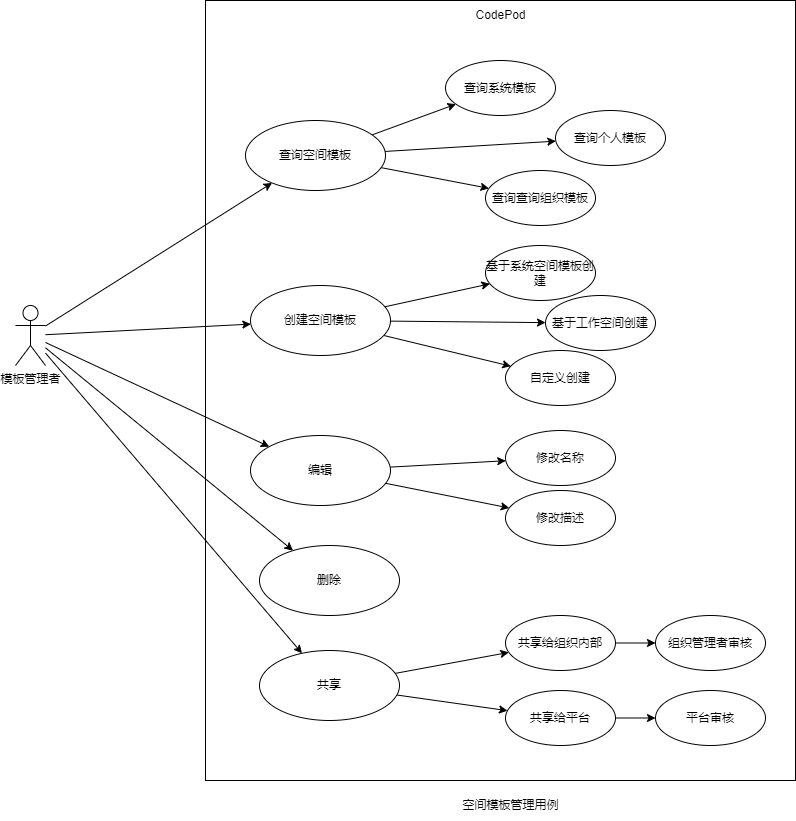
Above: business/_media/use_case/空间模板.png in codepodspace/docs (draw.io), before the change. Source tidied: cells renumbered, new cells last; positions are measured from the earlier drawing's top-left corner, leaving out a move shared by most shapes.
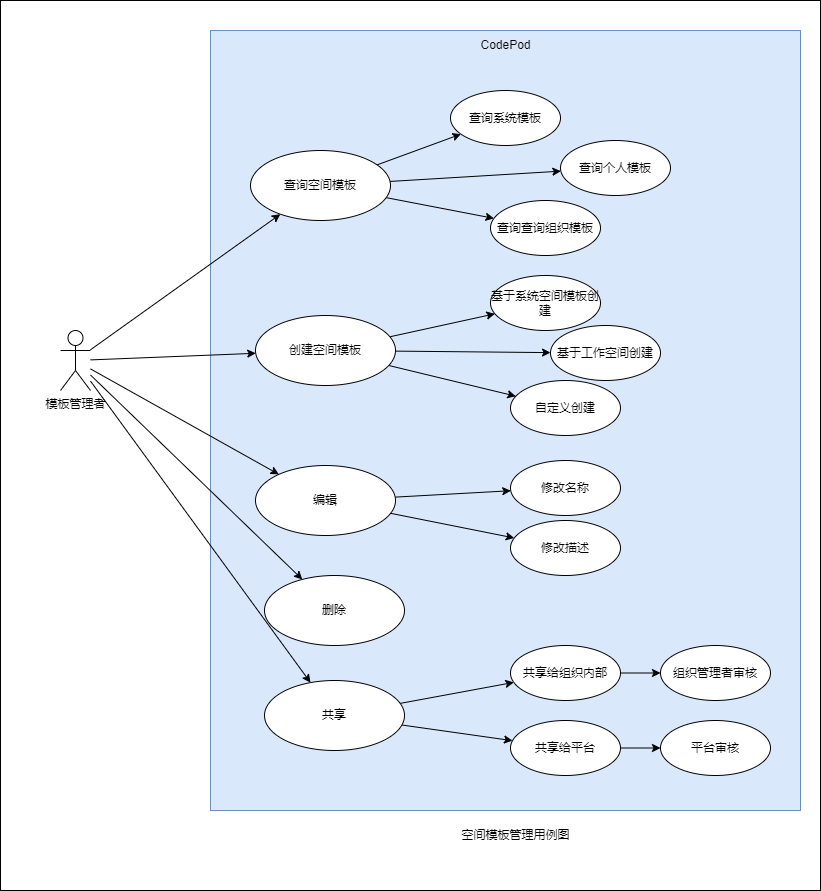
Above is the later version.

What changed in the source:
```diff
@@ -2,7 +2,10 @@
   <root>
     <mxCell id="0" />
     <mxCell id="1" parent="0" />
+    <mxCell id="40" style="rounded=0;whiteSpace=wrap;html=1;" parent="1" vertex="1">
+      <mxGeometry x="-20" y="-30" width="820" height="890" as="geometry" />
+    </mxCell>
-    <mxCell id="2" style="rounded=0;whiteSpace=wrap;html=1;" parent="1" vertex="1">
+    <mxCell id="2" style="rounded=0;whiteSpace=wrap;html=1;fillColor=#dae8fc;strokeColor=#6c8ebf;" parent="1" vertex="1">
       <mxGeometry x="190" width="590" height="780" as="geometry" />
     </mxCell>
     <mxCell id="3" style="edgeStyle=none;html=1;" parent="1" edge="1" source="7" target="15">
@@ -18,7 +21,7 @@
       <mxGeometry relative="1" as="geometry" />
     </mxCell>
     <mxCell id="7" value="模板管理者" style="shape=umlActor;verticalLabelPosition=bottom;verticalAlign=top;html=1;" parent="1" vertex="1">
-      <mxGeometry y="305" width="30" height="60" as="geometry" />
+      <mxGeometry x="40" y="300" width="30" height="60" as="geometry" />
     </mxCell>
     <mxCell id="8" style="edgeStyle=none;html=1;fontSize=9;" parent="1" edge="1" source="11" target="23">
       <mxGeometry relative="1" as="geometry" />
@@ -38,8 +41,8 @@
     <mxCell id="13" style="edgeStyle=none;html=1;" parent="1" edge="1" source="7" target="11">
       <mxGeometry relative="1" as="geometry" />
     </mxCell>
-    <mxCell id="14" value="空间模板管理用例" style="text;html=1;align=center;verticalAlign=middle;strokeColor=none;fillColor=none;" parent="1" vertex="1">
-      <mxGeometry x="435" y="790" width="120" height="30" as="geometry" />
+    <mxCell id="14" value="空间模板管理用例图" style="text;html=1;align=center;verticalAlign=middle;strokeColor=none;fillColor=none;" parent="1" vertex="1">
+      <mxGeometry x="430" y="790" width="130" height="30" as="geometry" />
     </mxCell>
     <mxCell id="15" value="删除" style="ellipse;whiteSpace=wrap;html=1;" parent="1" vertex="1">
       <mxGeometry x="244" y="545" width="140" height="70" as="geometry" />
```
